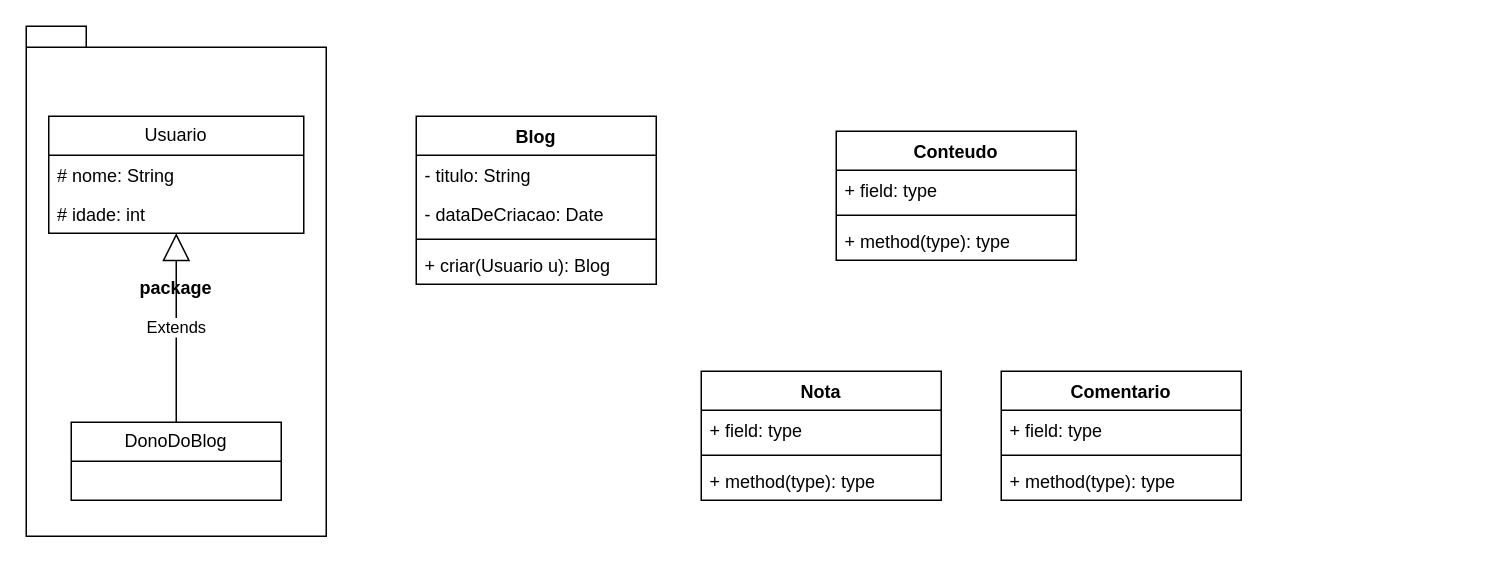
Before: DiagramaClasseBlog.drawio in RebecaVieiraM/Diagramas, a draw.io diagram. Source tidied: cells renumbered, new cells numbered last; positions are measured from the earlier drawing's top-left corner, leaving out a move shared by most shapes. Both pictures are drawn from the tidied source at 150%, with x=0, y=0 at pixel (26, 26).
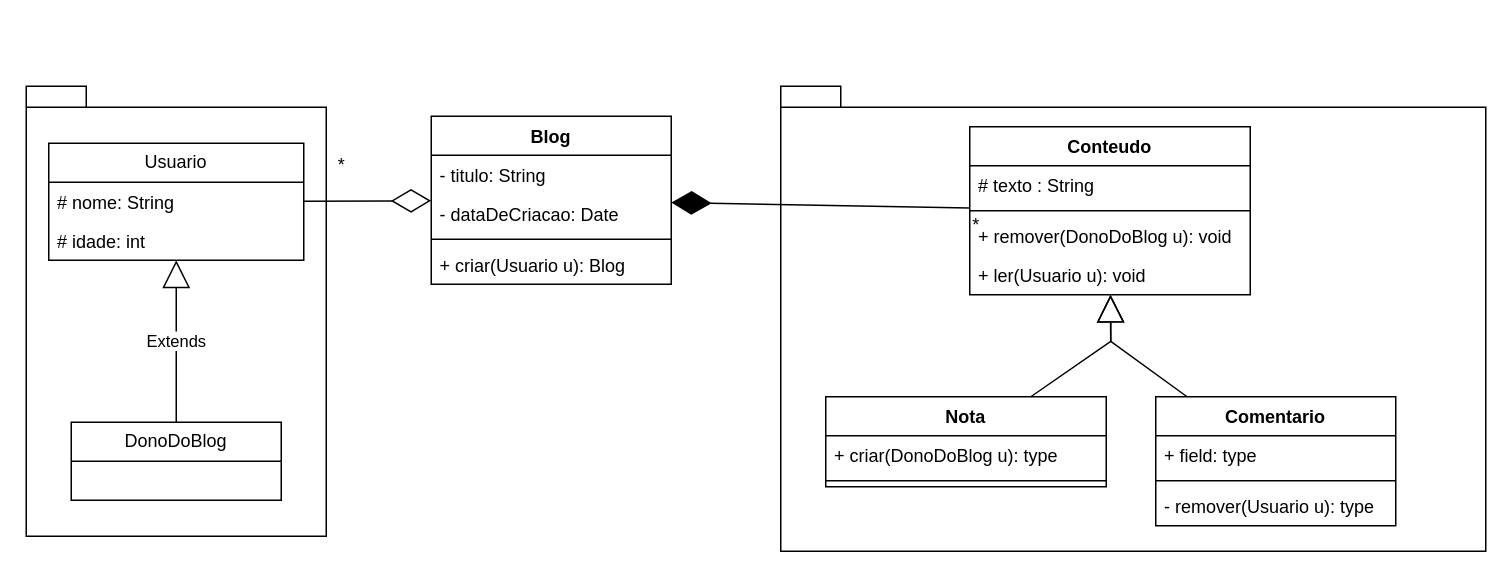
Above is the later version.

The edit, as a diff of the source:
```diff
@@
+    <mxCell id="25" style="shape=folder;fontStyle=1;spacingTop=10;tabWidth=40;tabHeight=14;tabPosition=left;html=1;whiteSpace=wrap;" parent="1" vertex="1">
+      <mxGeometry x="503" y="40" width="470" height="310" as="geometry" />
+    </mxCell>
-    <mxCell id="2" value="package" style="shape=folder;fontStyle=1;spacingTop=10;tabWidth=40;tabHeight=14;tabPosition=left;html=1;whiteSpace=wrap;" parent="1" vertex="1">
-      <mxGeometry width="200" height="340" as="geometry" />
+    <mxCell id="2" style="shape=folder;fontStyle=1;spacingTop=10;tabWidth=40;tabHeight=14;tabPosition=left;html=1;whiteSpace=wrap;" parent="1" vertex="1">
+      <mxGeometry y="40" width="200" height="300" as="geometry" />
     </mxCell>
     <mxCell id="3" value="Usuario" style="swimlane;fontStyle=0;horizontal=1;startSize=26;fillColor=none;whiteSpace=wrap;html=1;" parent="1" vertex="1">
-      <mxGeometry x="15" y="60" width="170" height="78" as="geometry" />
+      <mxGeometry x="15" y="78" width="170" height="78" as="geometry" />
     </mxCell>
@@
     <mxCell id="7" value="Blog" style="swimlane;fontStyle=1;align=center;verticalAlign=top;horizontal=1;startSize=26;whiteSpace=wrap;html=1;" parent="1" vertex="1">
-      <mxGeometry x="260" y="60" width="160" height="112" as="geometry" />
+      <mxGeometry x="270" y="60" width="160" height="112" as="geometry" />
     </mxCell>
@@
     <mxCell id="12" value="Conteudo" style="swimlane;fontStyle=1;align=center;verticalAlign=top;horizontal=1;startSize=26;whiteSpace=wrap;html=1;" parent="1" vertex="1">
-      <mxGeometry x="540" y="70" width="160" height="86" as="geometry" />
+      <mxGeometry x="629" y="67" width="187" height="112" as="geometry" />
     </mxCell>
-    <mxCell id="13" value="+ field: type" style="text;strokeColor=none;fillColor=none;align=left;verticalAlign=top;spacingLeft=4;spacingRight=4;overflow=hidden;whiteSpace=wrap;html=1;" parent="12" vertex="1">
-      <mxGeometry y="26" width="160" height="26" as="geometry" />
+    <mxCell id="13" value="# texto : String" style="text;strokeColor=none;fillColor=none;align=left;verticalAlign=top;spacingLeft=4;spacingRight=4;overflow=hidden;whiteSpace=wrap;html=1;" parent="12" vertex="1">
+      <mxGeometry y="26" width="187" height="26" as="geometry" />
     </mxCell>
     <mxCell id="14" style="line;strokeWidth=1;fillColor=none;align=left;verticalAlign=middle;spacingTop=-1;spacingLeft=3;spacingRight=3;labelPosition=right;strokeColor=inherit;" parent="12" vertex="1">
-      <mxGeometry y="52" width="160" height="8" as="geometry" />
+      <mxGeometry y="52" width="187" height="8" as="geometry" />
     </mxCell>
-    <mxCell id="15" value="+ method(type): type" style="text;strokeColor=none;fillColor=none;align=left;verticalAlign=top;spacingLeft=4;spacingRight=4;overflow=hidden;whiteSpace=wrap;html=1;" parent="12" vertex="1">
-      <mxGeometry y="60" width="160" height="26" as="geometry" />
+    <mxCell id="15" value="+ remover(DonoDoBlog u): void" style="text;strokeColor=none;fillColor=none;align=left;verticalAlign=top;spacingLeft=4;spacingRight=4;overflow=hidden;whiteSpace=wrap;html=1;" parent="12" vertex="1">
+      <mxGeometry y="60" width="187" height="26" as="geometry" />
     </mxCell>
+    <mxCell id="26" value="+ ler(Usuario u): void" style="text;strokeColor=none;fillColor=none;align=left;verticalAlign=top;spacingLeft=4;spacingRight=4;overflow=hidden;whiteSpace=wrap;html=1;" parent="12" vertex="1">
+      <mxGeometry y="86" width="187" height="26" as="geometry" />
+    </mxCell>
     <mxCell id="16" value="Nota" style="swimlane;fontStyle=1;align=center;verticalAlign=top;horizontal=1;startSize=26;whiteSpace=wrap;html=1;" parent="1" vertex="1">
-      <mxGeometry x="450" y="230" width="160" height="86" as="geometry" />
+      <mxGeometry x="533" y="247" width="187" height="60" as="geometry" />
     </mxCell>
-    <mxCell id="17" value="+ field: type" style="text;strokeColor=none;fillColor=none;align=left;verticalAlign=top;spacingLeft=4;spacingRight=4;overflow=hidden;whiteSpace=wrap;html=1;" parent="16" vertex="1">
-      <mxGeometry y="26" width="160" height="26" as="geometry" />
-    </mxCell>
+    <mxCell id="27" value="+ criar(DonoDoBlog u): type" style="text;strokeColor=none;fillColor=none;align=left;verticalAlign=top;spacingLeft=4;spacingRight=4;overflow=hidden;whiteSpace=wrap;html=1;" parent="16" vertex="1">
+      <mxGeometry y="26" width="187" height="26" as="geometry" />
+    </mxCell>
     <mxCell id="18" style="line;strokeWidth=1;fillColor=none;align=left;verticalAlign=middle;spacingTop=-1;spacingLeft=3;spacingRight=3;labelPosition=right;strokeColor=inherit;" parent="16" vertex="1">
-      <mxGeometry y="52" width="160" height="8" as="geometry" />
+      <mxGeometry y="52" width="187" height="8" as="geometry" />
     </mxCell>
-    <mxCell id="19" value="+ method(type): type" style="text;strokeColor=none;fillColor=none;align=left;verticalAlign=top;spacingLeft=4;spacingRight=4;overflow=hidden;whiteSpace=wrap;html=1;" parent="16" vertex="1">
-      <mxGeometry y="60" width="160" height="26" as="geometry" />
-    </mxCell>
     <mxCell id="20" value="Comentario" style="swimlane;fontStyle=1;align=center;verticalAlign=top;horizontal=1;startSize=26;whiteSpace=wrap;html=1;" parent="1" vertex="1">
-      <mxGeometry x="650" y="230" width="160" height="86" as="geometry" />
+      <mxGeometry x="753" y="247" width="160" height="86" as="geometry" />
     </mxCell>
@@
-    <mxCell id="23" value="+ method(type): type" style="text;strokeColor=none;fillColor=none;align=left;verticalAlign=top;spacingLeft=4;spacingRight=4;overflow=hidden;whiteSpace=wrap;html=1;" parent="20" vertex="1">
+    <mxCell id="23" value="- remover(Usuario u): type" style="text;strokeColor=none;fillColor=none;align=left;verticalAlign=top;spacingLeft=4;spacingRight=4;overflow=hidden;whiteSpace=wrap;html=1;" parent="20" vertex="1">
       <mxGeometry y="60" width="160" height="26" as="geometry" />
     </mxCell>
@@
+    <mxCell id="28" style="endArrow=diamondThin;endFill=1;endSize=24;html=1;rounded=0;" parent="1" edge="1" source="12" target="7">
+      <mxGeometry relative="1" as="geometry" />
+    </mxCell>
+    <mxCell id="29" value="*" style="text;html=1;align=center;verticalAlign=middle;strokeColor=none;fillColor=none;" parent="1" vertex="1">
+      <mxGeometry x="618" y="118" width="30" height="30" as="geometry" />
+    </mxCell>
+    <mxCell id="30" style="endArrow=block;endSize=16;endFill=0;html=1;rounded=0;" parent="1" edge="1" source="16" target="12">
+      <mxGeometry relative="1" as="geometry">
+        <Array as="points">
+          <mxPoint x="723" y="210" />
+        </Array>
+      </mxGeometry>
+    </mxCell>
+    <mxCell id="31" style="endArrow=block;endSize=16;endFill=0;html=1;rounded=0;" parent="1" edge="1" source="20" target="12">
+      <mxGeometry relative="1" as="geometry">
+        <Array as="points">
+          <mxPoint x="723" y="210" />
+        </Array>
+      </mxGeometry>
+    </mxCell>
+    <mxCell id="32" style="endArrow=diamondThin;endFill=0;endSize=24;html=1;rounded=0;" parent="1" edge="1" source="3" target="7">
+      <mxGeometry relative="1" as="geometry" />
+    </mxCell>
+    <mxCell id="33" value="*" style="text;html=1;align=center;verticalAlign=middle;strokeColor=none;fillColor=none;" parent="1" vertex="1">
+      <mxGeometry x="195" y="78" width="30" height="30" as="geometry" />
+    </mxCell>
```
